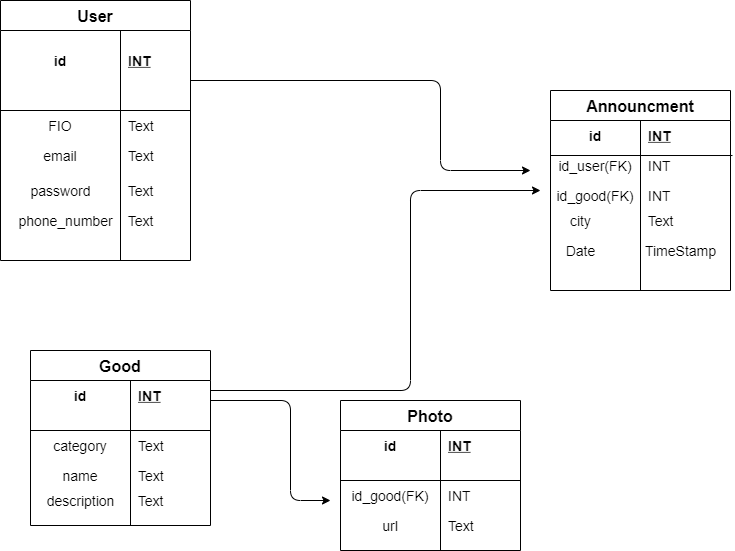
Amir0701/Rustem keeps this draw.io diagram as DataBase.png. Above is the earlier version. Source tidied: cells renumbered, new cells last; positions are measured from the earlier drawing's top-left corner, leaving out a move shared by most shapes.
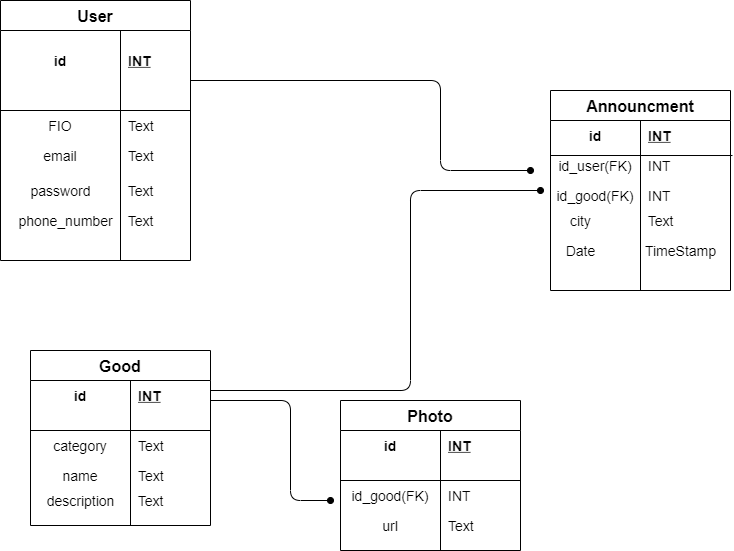
Above is the later version.

Change to the diagram source:
```diff
@@ -2,7 +2,7 @@
   <root>
     <mxCell id="0" />
     <mxCell id="1" parent="0" />
-    <mxCell id="2" style="endArrow=classic;html=1;" parent="1" edge="1">
+    <mxCell id="2" style="endArrow=oval;html=1;endFill=1;" parent="1" edge="1">
       <mxGeometry relative="1" as="geometry">
         <mxPoint x="190" y="80" as="sourcePoint" />
         <mxPoint x="530" y="170" as="targetPoint" />
@@ -12,7 +12,7 @@
         </Array>
       </mxGeometry>
     </mxCell>
-    <mxCell id="3" style="endArrow=classic;html=1;" parent="1" edge="1">
+    <mxCell id="3" style="endArrow=oval;html=1;endFill=1;" parent="1" edge="1">
       <mxGeometry relative="1" as="geometry">
         <mxPoint x="210" y="390" as="sourcePoint" />
         <mxPoint x="540" y="190" as="targetPoint" />
@@ -22,7 +22,7 @@
         </Array>
       </mxGeometry>
     </mxCell>
-    <mxCell id="4" style="endArrow=classic;html=1;" parent="1" edge="1">
+    <mxCell id="4" style="endArrow=oval;html=1;endFill=1;" parent="1" edge="1">
       <mxGeometry relative="1" as="geometry">
         <mxPoint x="210" y="400" as="sourcePoint" />
         <mxPoint x="330" y="500" as="targetPoint" />
```
